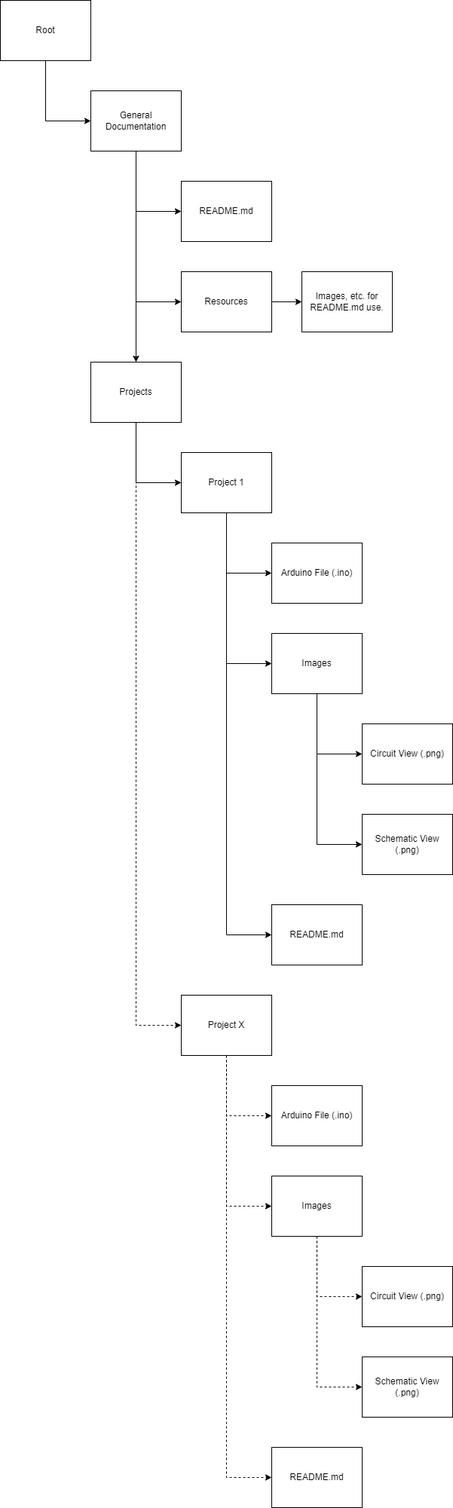
Before: General Documentation/Resources/AEP Project Structure.drawio.png, a diagram exported from draw.io (bcbhalili/arduino-embedded-programming). Source tidied: cells renumbered, new cells last; positions are measured from the earlier drawing's top-left corner, leaving out a move shared by most shapes.
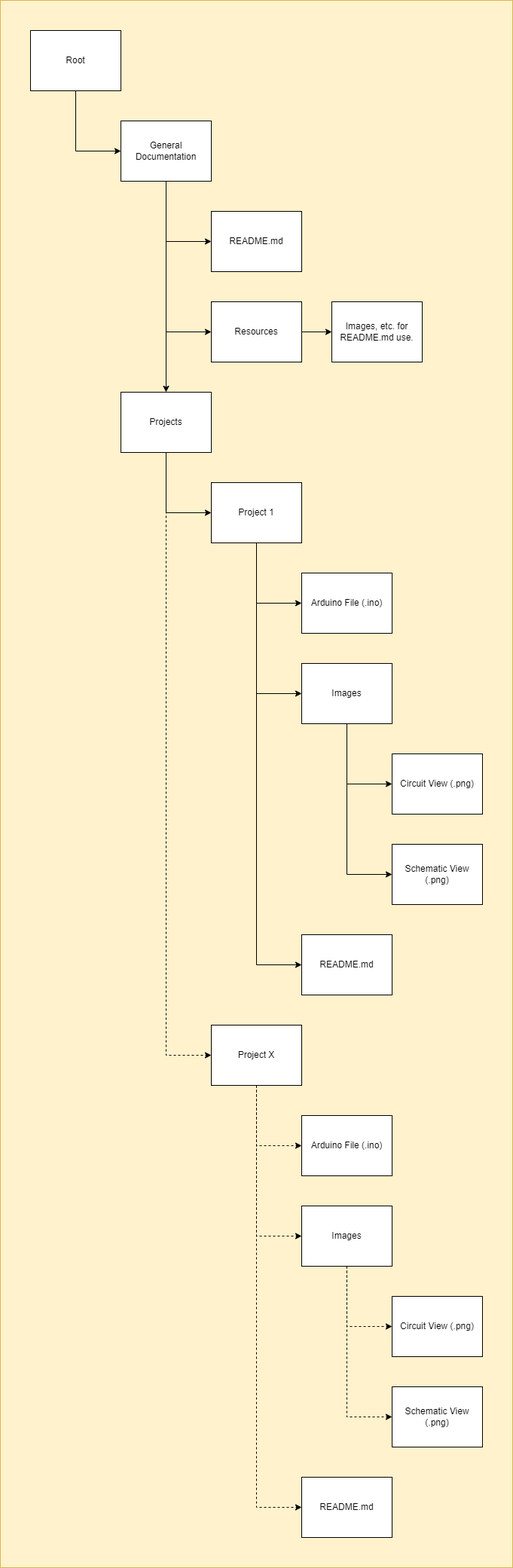
Above is the later version.

Commit message:
Refined Project Structure in README.md

What changed in the source:
```diff
@@ -2,6 +2,9 @@
   <root>
     <mxCell id="0" />
     <mxCell id="1" parent="0" />
+    <mxCell id="37" style="rounded=0;whiteSpace=wrap;html=1;fillColor=#fff2cc;strokeColor=#d6b656;" parent="1" vertex="1">
+      <mxGeometry x="-40" y="-40" width="680" height="2080" as="geometry" />
+    </mxCell>
     <mxCell id="2" style="edgeStyle=orthogonalEdgeStyle;rounded=0;jettySize=auto;html=1;exitX=0.5;exitY=1;exitDx=0;exitDy=0;entryX=0;entryY=0.5;entryDx=0;entryDy=0;" parent="1" edge="1" source="3" target="7">
       <mxGeometry relative="1" as="geometry" />
     </mxCell>
```
